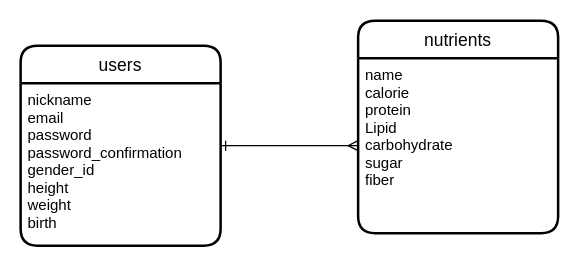
Above: ER.dio in tectoshi/eat_healthy (draw.io), before the change. Source tidied: cells renumbered, new cells numbered last; positions are measured from the earlier drawing's top-left corner, leaving out a move shared by most shapes. Both pictures are drawn from the tidied source at 125%, with x=0, y=0 at pixel (20, 20).
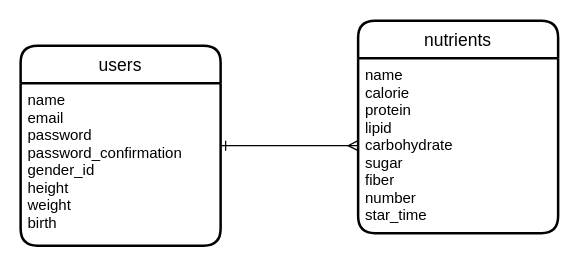
The same page after the edit.

What changed in the source:
```diff
@@
 <mxGraphModel>
   <root>
     <mxCell id="0" />
     <mxCell id="1" parent="0" />
     <mxCell id="2" style="edgeStyle=none;html=1;entryX=0;entryY=0.5;entryDx=0;entryDy=0;endArrow=ERmany;endFill=0;startArrow=ERone;startFill=0;" parent="1" edge="1" source="3" target="6">
       <mxGeometry relative="1" as="geometry" />
     </mxCell>
     <mxCell id="3" value="users" style="swimlane;horizontal=1;startSize=30;rounded=1;fontSize=14;fontStyle=0;strokeWidth=2;shadow=0;dashed=0;align=center;" parent="1" vertex="1">
       <mxGeometry y="20" width="160" height="160" as="geometry" />
     </mxCell>
-    <mxCell id="4" value="nickname&#10;email&#10;password&#10;password_confirmation&#10;gender_id&#10;height&#10;weight&#10;birth" style="align=left;strokeColor=none;fillColor=none;spacingLeft=4;fontSize=12;verticalAlign=top;" parent="3" vertex="1">
+    <mxCell id="4" value="name&#10;email&#10;password&#10;password_confirmation&#10;gender_id&#10;height&#10;weight&#10;birth" style="align=left;strokeColor=none;fillColor=none;spacingLeft=4;fontSize=12;verticalAlign=top;" parent="3" vertex="1">
       <mxGeometry y="30" width="160" height="130" as="geometry" />
     </mxCell>
     <mxCell id="5" value="nutrients" style="swimlane;horizontal=1;startSize=30;rounded=1;fontSize=14;fontStyle=0;strokeWidth=2;shadow=0;dashed=0;align=center;" parent="1" vertex="1">
       <mxGeometry x="270" width="160" height="170" as="geometry" />
     </mxCell>
-    <mxCell id="6" value="name&#10;calorie&#10;protein&#10;Lipid&#10;carbohydrate&#10;sugar&#10;fiber" style="align=left;strokeColor=none;fillColor=none;spacingLeft=4;fontSize=12;verticalAlign=top;" parent="5" vertex="1">
+    <mxCell id="6" value="name&#10;calorie&#10;protein&#10;lipid&#10;carbohydrate&#10;sugar&#10;fiber&#10;number&#10;star_time" style="align=left;strokeColor=none;fillColor=none;spacingLeft=4;fontSize=12;verticalAlign=top;" parent="5" vertex="1">
       <mxGeometry y="30" width="160" height="140" as="geometry" />
     </mxCell>
   </root>
 </mxGraphModel>
```
